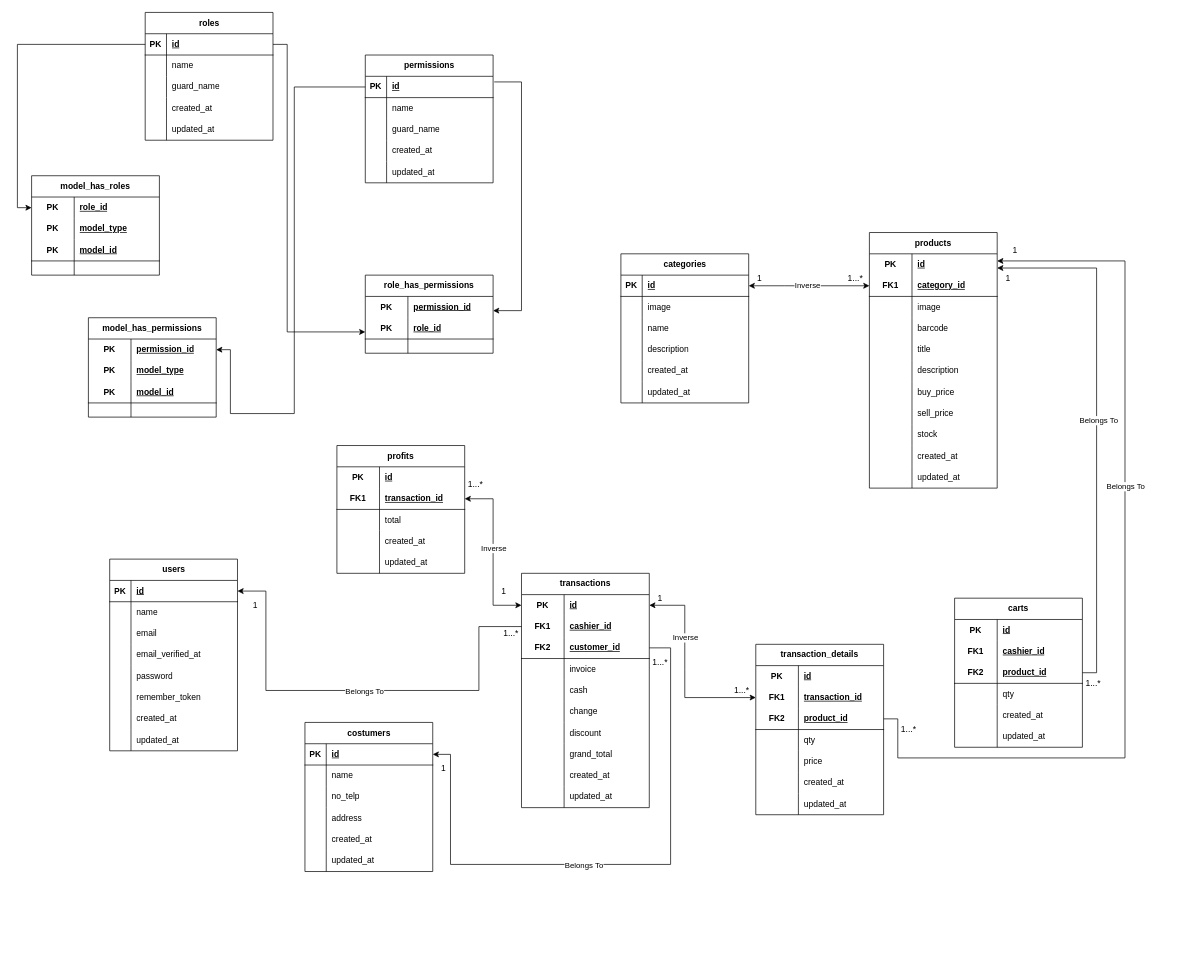
The draw.io diagram ERD Struktur Relasi Database.drawio in redhorivai/ERD-Entity-Relationship-Diagram, before the edit. Source tidied: cells renumbered, new cells numbered last; positions are measured from the earlier drawing's top-left corner, leaving out a move shared by most shapes. Both pictures are drawn from the tidied source at 71%, with x=0, y=0 at pixel (31, 12).
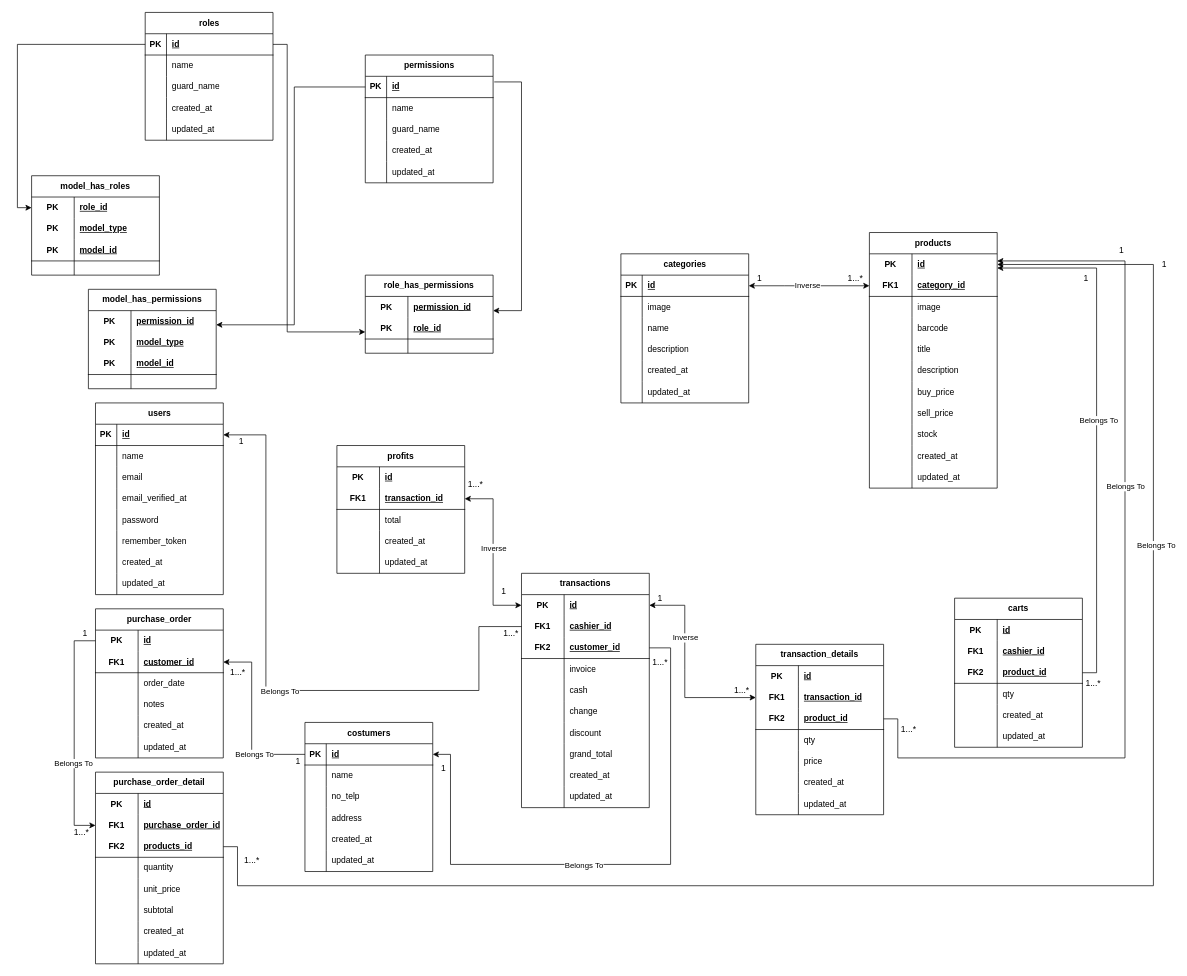
After the change.

Unchanged cells that the change refers to:
```xml
<mxCell id="22" style="shape=tableRow;horizontal=0;startSize=0;swimlaneHead=0;swimlaneBody=0;fillColor=none;points=[[0,0.5],[1,0.5]];portConstraint=eastwest;top=0;left=0;right=0;bottom=0;html=1;" parent="21" vertex="1">
  <mxGeometry y="30" width="180" height="30" as="geometry" />
</mxCell>
<mxCell id="83" style="shape=tableRow;horizontal=0;startSize=0;swimlaneHead=0;swimlaneBody=0;fillColor=none;points=[[0,0.5],[1,0.5]];portConstraint=eastwest;top=0;left=0;right=0;bottom=0;html=1;" parent="79" vertex="1">
  <mxGeometry y="60" width="180" height="30" as="geometry" />
</mxCell>
<mxCell id="113" style="shape=tableRow;horizontal=0;startSize=0;swimlaneHead=0;swimlaneBody=0;fillColor=none;points=[[0,0.5],[1,0.5]];portConstraint=eastwest;top=0;left=0;right=0;bottom=1;" parent="112" vertex="1">
  <mxGeometry y="30" width="180" height="30" as="geometry" />
</mxCell>
<mxCell id="132" style="shape=tableRow;horizontal=0;startSize=0;swimlaneHead=0;swimlaneBody=0;fillColor=none;points=[[0,0.5],[1,0.5]];portConstraint=eastwest;top=0;left=0;right=0;bottom=1;" parent="131" vertex="1">
  <mxGeometry y="30" width="180" height="30" as="geometry" />
</mxCell>
<mxCell id="218" style="shape=tableRow;horizontal=0;startSize=0;swimlaneHead=0;swimlaneBody=0;fillColor=none;points=[[0,0.5],[1,0.5]];portConstraint=eastwest;top=0;left=0;right=0;bottom=1;" parent="217" vertex="1">
  <mxGeometry y="30" width="180" height="30" as="geometry" />
</mxCell>
<mxCell id="257" style="shape=tableRow;horizontal=0;startSize=0;swimlaneHead=0;swimlaneBody=0;fillColor=none;points=[[0,0.5],[1,0.5]];portConstraint=eastwest;top=0;left=0;right=0;bottom=0;html=1;" parent="256" vertex="1">
  <mxGeometry y="30" width="180" height="30" as="geometry" />
</mxCell>
```

Diff of the diagram source:
```diff
@@
     <mxCell id="131" value="users" style="shape=table;startSize=30;childLayout=tableLayout;rowLines=0;fontStyle=1;align=center;html=1;" parent="1" vertex="1">
-      <mxGeometry x="110" y="770" width="180" height="270" as="geometry" />
+      <mxGeometry x="90" y="550" width="180" height="270" as="geometry" />
     </mxCell>
@@
-    <mxCell id="158" style="edgeStyle=orthogonalEdgeStyle;rounded=0;jettySize=auto;html=1;entryX=1;entryY=0.5;entryDx=0;entryDy=0;exitX=0;exitY=0.5;exitDx=0;exitDy=0;" parent="1" edge="1" source="83" target="132">
+    <mxCell id="158" style="edgeStyle=orthogonalEdgeStyle;rounded=0;jettySize=auto;html=1;exitX=0;exitY=0.5;exitDx=0;exitDy=0;" parent="1" edge="1" source="83" target="132">
       <mxGeometry relative="1" as="geometry">
         <Array as="points">
           <mxPoint x="630" y="865" />
           <mxPoint x="630" y="955" />
           <mxPoint x="330" y="955" />
-          <mxPoint x="330" y="815" />
+          <mxPoint x="330" y="595" />
         </Array>
       </mxGeometry>
     </mxCell>
@@
     <mxCell id="256" value="model_has_permissions" style="shape=table;startSize=30;childLayout=tableLayout;rowLines=0;fontStyle=1;align=center;html=1;whiteSpace=wrap;" parent="1" vertex="1">
-      <mxGeometry x="80" y="430" width="180" height="140" as="geometry" />
+      <mxGeometry x="80" y="390" width="180" height="140" as="geometry" />
     </mxCell>
@@
-    <mxCell id="271" style="edgeStyle=orthogonalEdgeStyle;rounded=0;jettySize=auto;html=1;entryX=1;entryY=0.5;entryDx=0;entryDy=0;" parent="1" edge="1" source="218" target="257">
+    <mxCell id="271" style="edgeStyle=orthogonalEdgeStyle;rounded=0;jettySize=auto;html=1;" parent="1" edge="1" source="218" target="257">
       <mxGeometry relative="1" as="geometry">
         <Array as="points">
           <mxPoint x="370" y="105" />
-          <mxPoint x="370" y="565" />
-          <mxPoint x="280" y="565" />
-          <mxPoint x="280" y="475" />
+          <mxPoint x="370" y="440" />
         </Array>
       </mxGeometry>
     </mxCell>
@@
     <mxCell id="280" value="&lt;span&gt;1&lt;/span&gt;" style="text;html=1;align=center;verticalAlign=middle;strokeColor=none;fillColor=none;fontStyle=0;" parent="1" vertex="1">
-      <mxGeometry x="300" y="820" width="30" height="30" as="geometry" />
+      <mxGeometry x="280" y="590" width="30" height="30" as="geometry" />
     </mxCell>
     <mxCell id="281" value="1" style="text;html=1;align=center;verticalAlign=middle;strokeColor=none;fillColor=none;" parent="1" vertex="1">
-      <mxGeometry x="1360" y="360" width="30" height="30" as="geometry" />
+      <mxGeometry x="1470" y="360" width="30" height="30" as="geometry" />
     </mxCell>
@@
     <mxCell id="286" value="1" style="text;html=1;align=center;verticalAlign=middle;strokeColor=none;fillColor=none;" parent="1" vertex="1">
-      <mxGeometry x="1370" y="320" width="30" height="30" as="geometry" />
+      <mxGeometry x="1520" y="320" width="30" height="30" as="geometry" />
     </mxCell>
+    <mxCell id="287" value="purchase_order" style="shape=table;startSize=30;childLayout=tableLayout;rowLines=0;fontStyle=1;align=center;html=1;whiteSpace=wrap;" parent="1" vertex="1">
+      <mxGeometry x="90" y="840" width="180" height="210" as="geometry" />
+    </mxCell>
+    <mxCell id="288" style="shape=tableRow;horizontal=0;startSize=0;swimlaneHead=0;swimlaneBody=0;fillColor=none;points=[[0,0.5],[1,0.5]];portConstraint=eastwest;top=0;left=0;right=0;bottom=0;html=1;" parent="287" vertex="1">
+      <mxGeometry y="30" width="180" height="30" as="geometry" />
+    </mxCell>
+    <mxCell id="289" value="PK" style="shape=partialRectangle;fillColor=none;top=0;left=0;bottom=0;right=0;fontStyle=1;overflow=hidden;html=1;whiteSpace=wrap;" parent="288" vertex="1">
+      <mxGeometry width="60" height="30" as="geometry" />
+    </mxCell>
+    <mxCell id="290" value="id" style="shape=partialRectangle;fillColor=none;top=0;left=0;bottom=0;right=0;align=left;spacingLeft=6;fontStyle=5;overflow=hidden;html=1;whiteSpace=wrap;" parent="288" vertex="1">
+      <mxGeometry x="60" width="120" height="30" as="geometry" />
+    </mxCell>
+    <mxCell id="291" style="shape=tableRow;horizontal=0;startSize=0;swimlaneHead=0;swimlaneBody=0;fillColor=none;points=[[0,0.5],[1,0.5]];portConstraint=eastwest;top=0;left=0;right=0;bottom=1;html=1;" parent="287" vertex="1">
+      <mxGeometry y="60" width="180" height="30" as="geometry" />
+    </mxCell>
+    <mxCell id="292" value="FK1" style="shape=partialRectangle;fillColor=none;top=0;left=0;bottom=0;right=0;fontStyle=1;overflow=hidden;html=1;whiteSpace=wrap;" parent="291" vertex="1">
+      <mxGeometry width="60" height="30" as="geometry" />
+    </mxCell>
+    <mxCell id="293" value="customer_id" style="shape=partialRectangle;fillColor=none;top=0;left=0;bottom=0;right=0;align=left;spacingLeft=6;fontStyle=5;overflow=hidden;html=1;whiteSpace=wrap;" parent="291" vertex="1">
+      <mxGeometry x="60" width="120" height="30" as="geometry" />
+    </mxCell>
+    <mxCell id="294" style="shape=tableRow;horizontal=0;startSize=0;swimlaneHead=0;swimlaneBody=0;fillColor=none;top=0;left=0;right=0;bottom=0;html=1;" parent="287" vertex="1">
+      <mxGeometry y="90" width="180" height="30" as="geometry" />
+    </mxCell>
+    <mxCell id="295" style="shape=partialRectangle;fillColor=none;top=0;left=0;bottom=0;right=0;overflow=hidden;html=1;whiteSpace=wrap;" parent="294" vertex="1">
+      <mxGeometry width="60" height="30" as="geometry" />
+    </mxCell>
+    <mxCell id="296" value="order_date" style="shape=partialRectangle;fillColor=none;top=0;left=0;bottom=0;right=0;align=left;spacingLeft=6;overflow=hidden;html=1;whiteSpace=wrap;" parent="294" vertex="1">
+      <mxGeometry x="60" width="120" height="30" as="geometry" />
+    </mxCell>
+    <mxCell id="297" style="shape=tableRow;horizontal=0;startSize=0;swimlaneHead=0;swimlaneBody=0;fillColor=none;top=0;left=0;right=0;bottom=0;html=1;" parent="287" vertex="1">
+      <mxGeometry y="120" width="180" height="30" as="geometry" />
+    </mxCell>
+    <mxCell id="298" style="shape=partialRectangle;fillColor=none;top=0;left=0;bottom=0;right=0;overflow=hidden;html=1;whiteSpace=wrap;" parent="297" vertex="1">
+      <mxGeometry width="60" height="30" as="geometry" />
+    </mxCell>
+    <mxCell id="299" value="notes" style="shape=partialRectangle;fillColor=none;top=0;left=0;bottom=0;right=0;align=left;spacingLeft=6;overflow=hidden;html=1;whiteSpace=wrap;" parent="297" vertex="1">
+      <mxGeometry x="60" width="120" height="30" as="geometry" />
+    </mxCell>
+    <mxCell id="300" style="shape=tableRow;horizontal=0;startSize=0;swimlaneHead=0;swimlaneBody=0;fillColor=none;top=0;left=0;right=0;bottom=0;html=1;" parent="287" vertex="1">
+      <mxGeometry y="150" width="180" height="30" as="geometry" />
+    </mxCell>
+    <mxCell id="301" style="shape=partialRectangle;fillColor=none;top=0;left=0;bottom=0;right=0;overflow=hidden;html=1;whiteSpace=wrap;" parent="300" vertex="1">
+      <mxGeometry width="60" height="30" as="geometry" />
+    </mxCell>
+    <mxCell id="302" value="created_at" style="shape=partialRectangle;fillColor=none;top=0;left=0;bottom=0;right=0;align=left;spacingLeft=6;overflow=hidden;html=1;whiteSpace=wrap;" parent="300" vertex="1">
+      <mxGeometry x="60" width="120" height="30" as="geometry" />
+    </mxCell>
+    <mxCell id="303" style="shape=tableRow;horizontal=0;startSize=0;swimlaneHead=0;swimlaneBody=0;fillColor=none;top=0;left=0;right=0;bottom=0;html=1;" parent="287" vertex="1">
+      <mxGeometry y="180" width="180" height="30" as="geometry" />
+    </mxCell>
+    <mxCell id="304" style="shape=partialRectangle;fillColor=none;top=0;left=0;bottom=0;right=0;overflow=hidden;html=1;whiteSpace=wrap;" parent="303" vertex="1">
+      <mxGeometry width="60" height="30" as="geometry" />
+    </mxCell>
+    <mxCell id="305" value="updated_at" style="shape=partialRectangle;fillColor=none;top=0;left=0;bottom=0;right=0;align=left;spacingLeft=6;overflow=hidden;html=1;whiteSpace=wrap;" parent="303" vertex="1">
+      <mxGeometry x="60" width="120" height="30" as="geometry" />
+    </mxCell>
+    <mxCell id="306" value="purchase_order_detail" style="shape=table;startSize=30;childLayout=tableLayout;rowLines=0;fontStyle=1;align=center;html=1;whiteSpace=wrap;" parent="1" vertex="1">
+      <mxGeometry x="90" y="1070" width="180" height="270" as="geometry" />
+    </mxCell>
+    <mxCell id="307" style="shape=tableRow;horizontal=0;startSize=0;swimlaneHead=0;swimlaneBody=0;fillColor=none;top=0;left=0;right=0;bottom=0;html=1;" parent="306" vertex="1">
+      <mxGeometry y="30" width="180" height="30" as="geometry" />
+    </mxCell>
+    <mxCell id="308" value="PK" style="shape=partialRectangle;fillColor=none;top=0;left=0;bottom=0;right=0;fontStyle=1;overflow=hidden;html=1;whiteSpace=wrap;" parent="307" vertex="1">
+      <mxGeometry width="60" height="30" as="geometry" />
+    </mxCell>
+    <mxCell id="309" value="id" style="shape=partialRectangle;fillColor=none;top=0;left=0;bottom=0;right=0;align=left;spacingLeft=6;fontStyle=5;overflow=hidden;html=1;whiteSpace=wrap;" parent="307" vertex="1">
+      <mxGeometry x="60" width="120" height="30" as="geometry" />
+    </mxCell>
+    <mxCell id="310" style="shape=tableRow;horizontal=0;startSize=0;swimlaneHead=0;swimlaneBody=0;fillColor=none;points=[[0,0.5],[1,0.5]];portConstraint=eastwest;top=0;left=0;right=0;bottom=0;html=1;" parent="306" vertex="1">
+      <mxGeometry y="60" width="180" height="30" as="geometry" />
+    </mxCell>
+    <mxCell id="311" value="FK1" style="shape=partialRectangle;fillColor=none;top=0;left=0;bottom=0;right=0;fontStyle=1;overflow=hidden;html=1;whiteSpace=wrap;" parent="310" vertex="1">
+      <mxGeometry width="60" height="30" as="geometry" />
+    </mxCell>
+    <mxCell id="312" value="purchase_order_id" style="shape=partialRectangle;fillColor=none;top=0;left=0;bottom=0;right=0;align=left;spacingLeft=6;fontStyle=5;overflow=hidden;html=1;whiteSpace=wrap;" parent="310" vertex="1">
+      <mxGeometry x="60" width="120" height="30" as="geometry" />
+    </mxCell>
+    <mxCell id="313" style="shape=tableRow;horizontal=0;startSize=0;swimlaneHead=0;swimlaneBody=0;fillColor=none;points=[[0,0.5],[1,0.5]];portConstraint=eastwest;top=0;left=0;right=0;bottom=1;html=1;" parent="306" vertex="1">
+      <mxGeometry y="90" width="180" height="30" as="geometry" />
+    </mxCell>
+    <mxCell id="314" value="FK2" style="shape=partialRectangle;fillColor=none;top=0;left=0;bottom=0;right=0;fontStyle=1;overflow=hidden;html=1;whiteSpace=wrap;" parent="313" vertex="1">
+      <mxGeometry width="60" height="30" as="geometry" />
+    </mxCell>
+    <mxCell id="315" value="products_id" style="shape=partialRectangle;fillColor=none;top=0;left=0;bottom=0;right=0;align=left;spacingLeft=6;fontStyle=5;overflow=hidden;html=1;whiteSpace=wrap;" parent="313" vertex="1">
+      <mxGeometry x="60" width="120" height="30" as="geometry" />
+    </mxCell>
+    <mxCell id="316" style="shape=tableRow;horizontal=0;startSize=0;swimlaneHead=0;swimlaneBody=0;fillColor=none;top=0;left=0;right=0;bottom=0;html=1;" parent="306" vertex="1">
+      <mxGeometry y="120" width="180" height="30" as="geometry" />
+    </mxCell>
+    <mxCell id="317" style="shape=partialRectangle;fillColor=none;top=0;left=0;bottom=0;right=0;overflow=hidden;html=1;whiteSpace=wrap;" parent="316" vertex="1">
+      <mxGeometry width="60" height="30" as="geometry" />
+    </mxCell>
+    <mxCell id="318" value="quantity" style="shape=partialRectangle;fillColor=none;top=0;left=0;bottom=0;right=0;align=left;spacingLeft=6;overflow=hidden;html=1;whiteSpace=wrap;" parent="316" vertex="1">
+      <mxGeometry x="60" width="120" height="30" as="geometry" />
+    </mxCell>
+    <mxCell id="319" style="shape=tableRow;horizontal=0;startSize=0;swimlaneHead=0;swimlaneBody=0;fillColor=none;top=0;left=0;right=0;bottom=0;html=1;" parent="306" vertex="1">
+      <mxGeometry y="150" width="180" height="30" as="geometry" />
+    </mxCell>
+    <mxCell id="320" style="shape=partialRectangle;fillColor=none;top=0;left=0;bottom=0;right=0;overflow=hidden;html=1;whiteSpace=wrap;" parent="319" vertex="1">
+      <mxGeometry width="60" height="30" as="geometry" />
+    </mxCell>
+    <mxCell id="321" value="unit_price" style="shape=partialRectangle;fillColor=none;top=0;left=0;bottom=0;right=0;align=left;spacingLeft=6;overflow=hidden;html=1;whiteSpace=wrap;" parent="319" vertex="1">
+      <mxGeometry x="60" width="120" height="30" as="geometry" />
+    </mxCell>
+    <mxCell id="322" style="shape=tableRow;horizontal=0;startSize=0;swimlaneHead=0;swimlaneBody=0;fillColor=none;top=0;left=0;right=0;bottom=0;html=1;" parent="306" vertex="1">
+      <mxGeometry y="180" width="180" height="30" as="geometry" />
+    </mxCell>
+    <mxCell id="323" style="shape=partialRectangle;fillColor=none;top=0;left=0;bottom=0;right=0;overflow=hidden;html=1;whiteSpace=wrap;" parent="322" vertex="1">
+      <mxGeometry width="60" height="30" as="geometry" />
+    </mxCell>
+    <mxCell id="324" value="subtotal" style="shape=partialRectangle;fillColor=none;top=0;left=0;bottom=0;right=0;align=left;spacingLeft=6;overflow=hidden;html=1;whiteSpace=wrap;" parent="322" vertex="1">
+      <mxGeometry x="60" width="120" height="30" as="geometry" />
+    </mxCell>
+    <mxCell id="325" style="shape=tableRow;horizontal=0;startSize=0;swimlaneHead=0;swimlaneBody=0;fillColor=none;top=0;left=0;right=0;bottom=0;html=1;" parent="306" vertex="1">
+      <mxGeometry y="210" width="180" height="30" as="geometry" />
+    </mxCell>
+    <mxCell id="326" style="shape=partialRectangle;fillColor=none;top=0;left=0;bottom=0;right=0;overflow=hidden;html=1;whiteSpace=wrap;" parent="325" vertex="1">
+      <mxGeometry width="60" height="30" as="geometry" />
+    </mxCell>
+    <mxCell id="327" value="created_at" style="shape=partialRectangle;fillColor=none;top=0;left=0;bottom=0;right=0;align=left;spacingLeft=6;overflow=hidden;html=1;whiteSpace=wrap;" parent="325" vertex="1">
+      <mxGeometry x="60" width="120" height="30" as="geometry" />
+    </mxCell>
+    <mxCell id="328" style="shape=tableRow;horizontal=0;startSize=0;swimlaneHead=0;swimlaneBody=0;fillColor=none;top=0;left=0;right=0;bottom=0;html=1;" parent="306" vertex="1">
+      <mxGeometry y="240" width="180" height="30" as="geometry" />
+    </mxCell>
+    <mxCell id="329" style="shape=partialRectangle;fillColor=none;top=0;left=0;bottom=0;right=0;overflow=hidden;html=1;whiteSpace=wrap;" parent="328" vertex="1">
+      <mxGeometry width="60" height="30" as="geometry" />
+    </mxCell>
+    <mxCell id="330" value="updated_at" style="shape=partialRectangle;fillColor=none;top=0;left=0;bottom=0;right=0;align=left;spacingLeft=6;overflow=hidden;html=1;whiteSpace=wrap;" parent="328" vertex="1">
+      <mxGeometry x="60" width="120" height="30" as="geometry" />
+    </mxCell>
+    <mxCell id="331" style="edgeStyle=orthogonalEdgeStyle;rounded=0;jettySize=auto;html=1;" parent="1" edge="1" source="113" target="291">
+      <mxGeometry relative="1" as="geometry">
+        <Array as="points">
+          <mxPoint x="310" y="1045" />
+          <mxPoint x="310" y="915" />
+        </Array>
+      </mxGeometry>
+    </mxCell>
+    <mxCell id="332" value="Belongs To" style="edgeLabel;html=1;align=center;verticalAlign=middle;" parent="331" vertex="1">
+      <mxGeometry x="-0.41" y="-1" relative="1" as="geometry" />
+    </mxCell>
+    <mxCell id="333" value="1...*" style="text;html=1;align=center;verticalAlign=middle;strokeColor=none;fillColor=none;" parent="1" vertex="1">
+      <mxGeometry x="270" y="915" width="40" height="30" as="geometry" />
+    </mxCell>
+    <mxCell id="334" value="1" style="text;html=1;align=center;verticalAlign=middle;strokeColor=none;fillColor=none;fontStyle=0;" parent="1" vertex="1">
+      <mxGeometry x="360" y="1040" width="30" height="30" as="geometry" />
+    </mxCell>
+    <mxCell id="335" style="edgeStyle=orthogonalEdgeStyle;rounded=0;jettySize=auto;html=1;entryX=1;entryY=0.5;entryDx=0;entryDy=0;" parent="1" edge="1" source="313" target="22">
+      <mxGeometry relative="1" as="geometry">
+        <Array as="points">
+          <mxPoint x="290" y="1175" />
+          <mxPoint x="290" y="1230" />
+          <mxPoint x="1580" y="1230" />
+          <mxPoint x="1580" y="355" />
+        </Array>
+      </mxGeometry>
+    </mxCell>
+    <mxCell id="336" value="Belongs To" style="edgeLabel;html=1;align=center;verticalAlign=middle;" parent="335" vertex="1">
+      <mxGeometry x="0.5" y="-3" relative="1" as="geometry" />
+    </mxCell>
+    <mxCell id="337" value="1" style="text;html=1;align=center;verticalAlign=middle;strokeColor=none;fillColor=none;" parent="1" vertex="1">
+      <mxGeometry x="1580" y="340" width="30" height="30" as="geometry" />
+    </mxCell>
+    <mxCell id="338" value="1...*" style="text;html=1;align=center;verticalAlign=middle;strokeColor=none;fillColor=none;" parent="1" vertex="1">
+      <mxGeometry x="290" y="1180" width="40" height="30" as="geometry" />
+    </mxCell>
+    <mxCell id="339" style="edgeStyle=orthogonalEdgeStyle;rounded=0;jettySize=auto;html=1;entryX=0;entryY=0.5;entryDx=0;entryDy=0;" parent="1" edge="1" source="288" target="310">
+      <mxGeometry relative="1" as="geometry">
+        <Array as="points">
+          <mxPoint x="60" y="885" />
+          <mxPoint x="60" y="1145" />
+        </Array>
+      </mxGeometry>
+    </mxCell>
+    <mxCell id="340" value="Belongs To" style="edgeLabel;html=1;align=center;verticalAlign=middle;" parent="339" vertex="1">
+      <mxGeometry x="0.26" y="-2" relative="1" as="geometry" />
+    </mxCell>
+    <mxCell id="341" value="1...*" style="text;html=1;align=center;verticalAlign=middle;strokeColor=none;fillColor=none;" parent="1" vertex="1">
+      <mxGeometry x="50" y="1140" width="40" height="30" as="geometry" />
+    </mxCell>
+    <mxCell id="342" value="1" style="text;html=1;align=center;verticalAlign=middle;strokeColor=none;fillColor=none;fontStyle=0;" parent="1" vertex="1">
+      <mxGeometry x="60" y="860" width="30" height="30" as="geometry" />
+    </mxCell>
```
